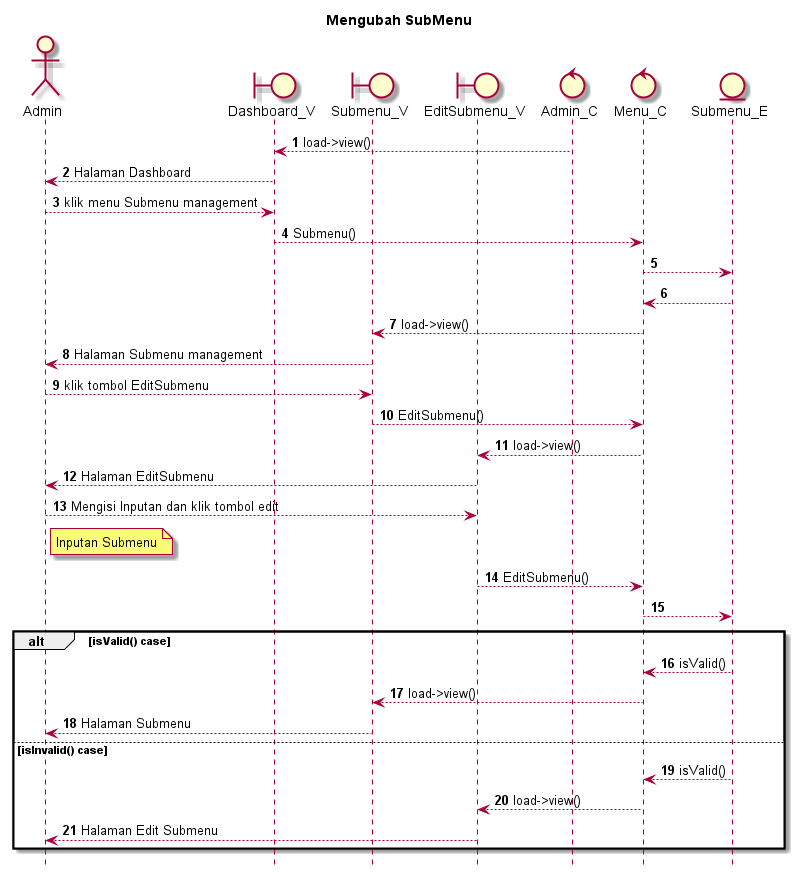
This is SELAIN SISTEM/UML/SEQUENCE/out/admin/AA-SUDAH/editsubmenu/Mengubah SubMenu.png from kurniado729/sistem_kp, a PlantUML export, as it was before one commit.
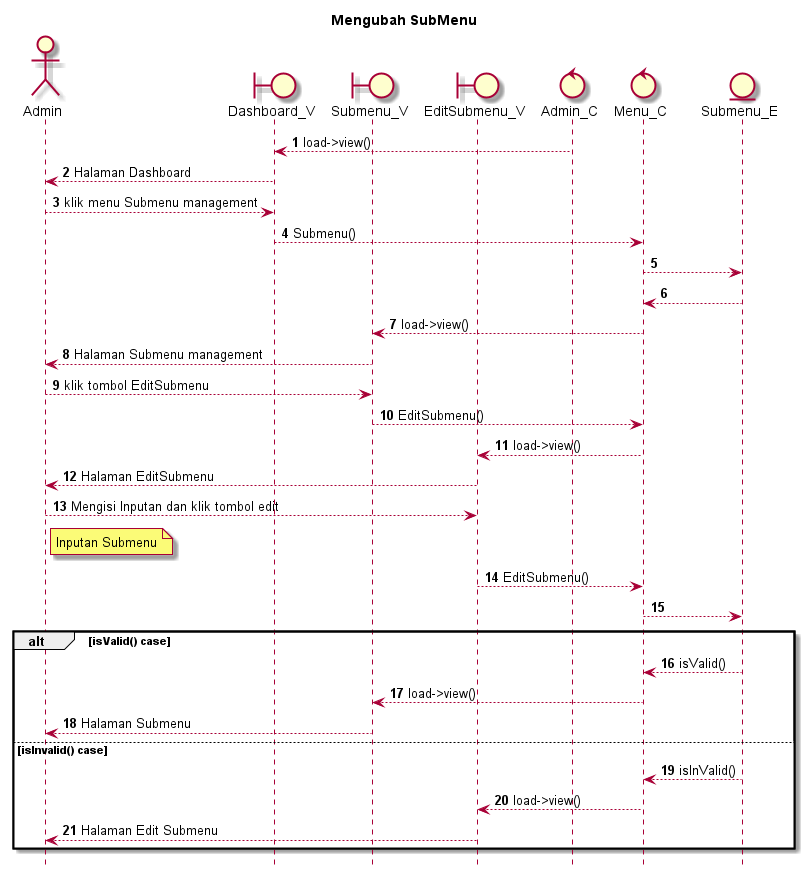
After the change.

Diff of the diagram source:
```diff
@@ -42,7 +42,7 @@
 
 else isInvalid() case
 
-    Submenu_E --> Menu_C: isValid()
+    Submenu_E --> Menu_C: isInValid()
     Menu_C --> EditSubmenu_V: load->view()
     EditSubmenu_V --> Admin: Halaman Edit Submenu
 
```
